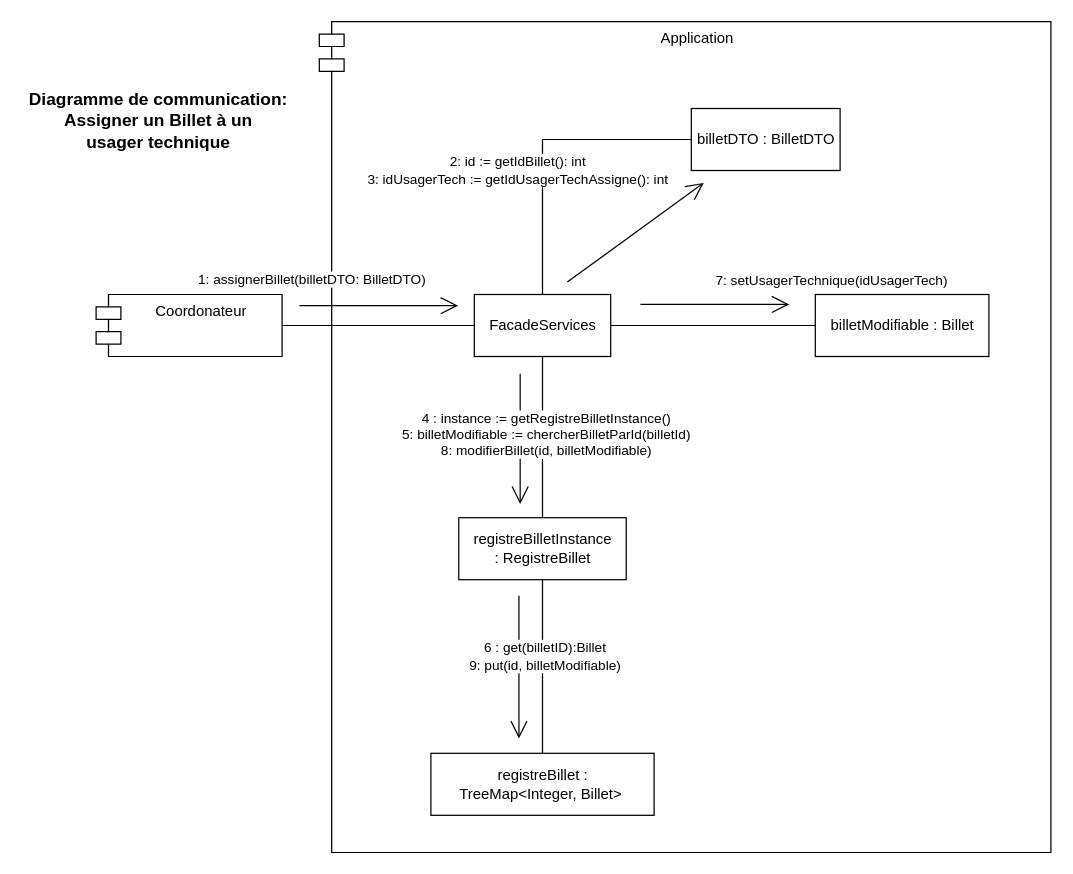
This is Diagrammes de conception/Diagrammes de communication/Assigner_Billet_UC.drawio from ChristWasTaken/Projet-Conception-et-Archictecture, a draw.io file, before an edit. Source tidied: cells renumbered, new cells numbered last; positions are measured from the earlier drawing's top-left corner, leaving out a move shared by most shapes. Both pictures are drawn from the tidied source at 124%, with x=0, y=0 at pixel (21, 21).
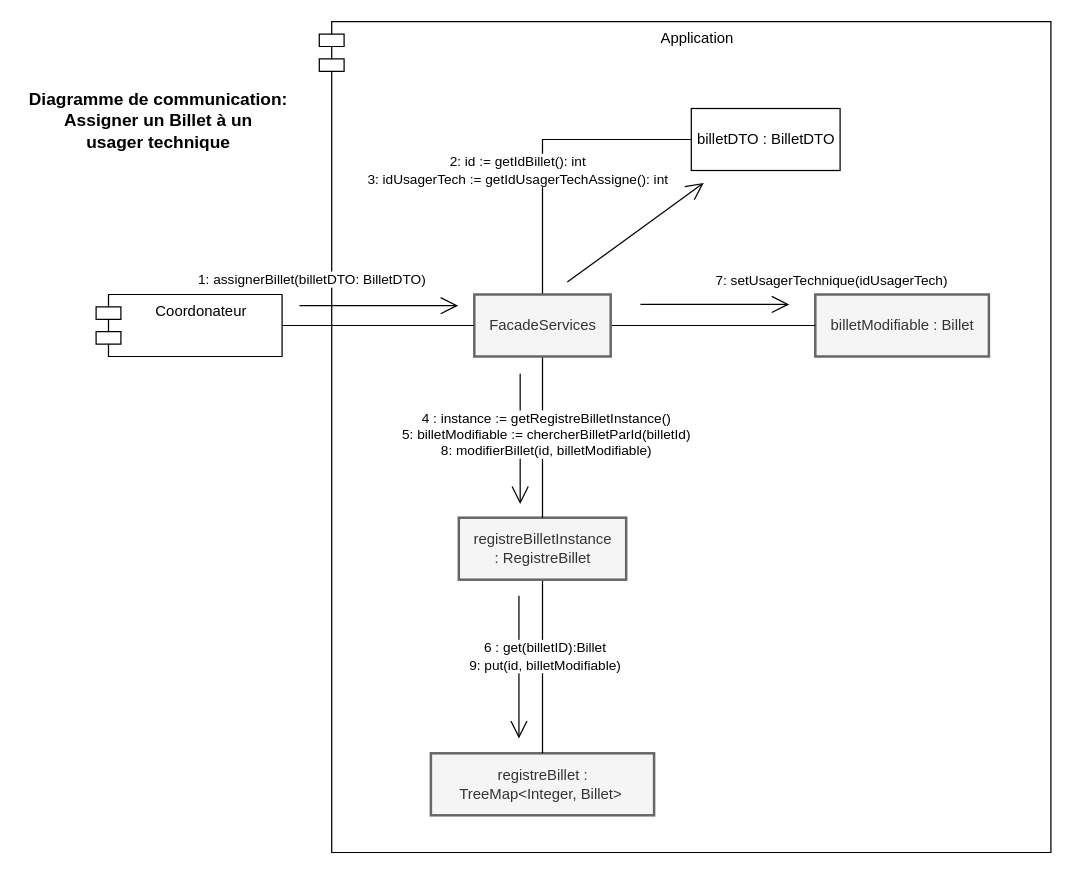
The same page after the edit.

Change to the diagram source:
```diff
@@
-    <mxCell id="4" value="registreBillet : &lt;br&gt;TreeMap&amp;lt;Integer, Billet&amp;gt;&amp;nbsp;" style="html=1;" parent="1" vertex="1">
+    <mxCell id="4" value="registreBillet : &lt;br&gt;TreeMap&amp;lt;Integer, Billet&amp;gt;&amp;nbsp;" style="html=1;strokeWidth=2;fillColor=#f5f5f5;fontColor=#333333;strokeColor=#666666;" parent="1" vertex="1">
       <mxGeometry x="330" y="590" width="180" height="50" as="geometry" />
     </mxCell>
-    <mxCell id="5" value="billetModifiable : Billet" style="html=1;" parent="1" vertex="1">
+    <mxCell id="5" value="billetModifiable : Billet" style="html=1;strokeWidth=2;fillColor=#f5f5f5;fontColor=#333333;strokeColor=#666666;" parent="1" vertex="1">
       <mxGeometry x="640" y="220" width="140" height="50" as="geometry" />
     </mxCell>
@@
-    <mxCell id="8" value="registreBilletInstance &lt;br&gt;: RegistreBillet" style="html=1;" parent="1" vertex="1">
+    <mxCell id="8" value="registreBilletInstance &lt;br&gt;: RegistreBillet" style="html=1;strokeWidth=2;fillColor=#f5f5f5;fontColor=#333333;strokeColor=#666666;" parent="1" vertex="1">
       <mxGeometry x="352.5" y="400" width="135" height="50" as="geometry" />
     </mxCell>
@@
-    <mxCell id="11" value="FacadeServices" style="html=1;" parent="1" vertex="1">
+    <mxCell id="11" value="FacadeServices" style="html=1;strokeWidth=2;fillColor=#f5f5f5;fontColor=#333333;strokeColor=#666666;" parent="1" vertex="1">
       <mxGeometry x="365" y="220" width="110" height="50" as="geometry" />
     </mxCell>
```
